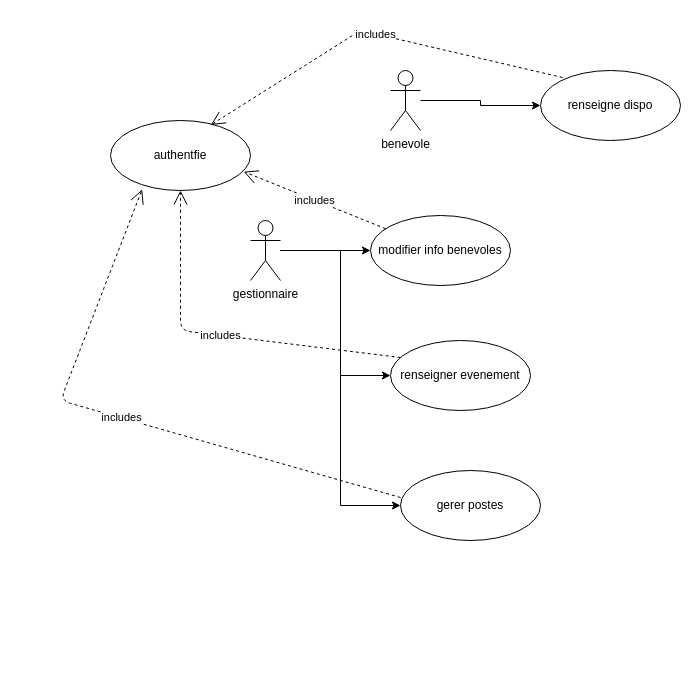
Before: documentation/Untitled Diagram.drawio in EvanEb/projet3, a draw.io diagram. Source tidied: cells renumbered, new cells numbered last; positions are measured from the earlier drawing's top-left corner, leaving out a move shared by most shapes. Both pictures are drawn from the tidied source at 100%, with x=0, y=0 at pixel (60, 30).
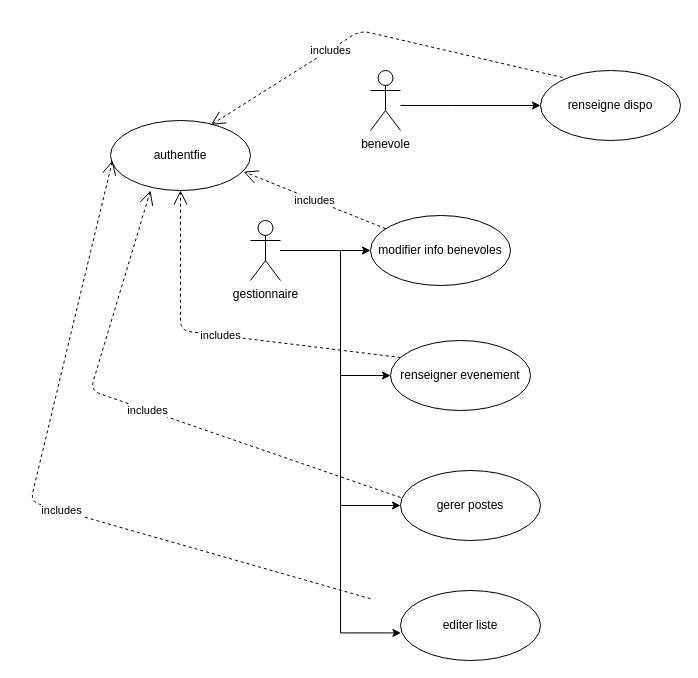
Above is the later version.

Unchanged cells that the change refers to:
```xml
<mxCell id="4" value="renseigne dispo" style="ellipse;whiteSpace=wrap;html=1;" parent="1" vertex="1">
  <mxGeometry x="480" y="40" width="140" height="70" as="geometry" />
</mxCell>
<mxCell id="9" value="gestionnaire&lt;br&gt;" style="shape=umlActor;verticalLabelPosition=bottom;verticalAlign=top;html=1;outlineConnect=0;" parent="1" vertex="1">
  <mxGeometry x="190" y="190" width="30" height="60" as="geometry" />
</mxCell>
<mxCell id="12" value="authentfie" style="ellipse;whiteSpace=wrap;html=1;" parent="1" vertex="1">
  <mxGeometry x="50" y="90" width="140" height="70" as="geometry" />
</mxCell>
```

Change to the diagram source:
```diff
@@
     <mxCell id="2" style="edgeStyle=orthogonalEdgeStyle;rounded=0;jettySize=auto;html=1;entryX=0;entryY=0.5;entryDx=0;entryDy=0;" parent="1" edge="1" source="3" target="4">
-      <mxGeometry relative="1" as="geometry" />
+      <mxGeometry relative="1" as="geometry">
+        <Array as="points">
+          <mxPoint x="390" y="75" />
+          <mxPoint x="390" y="75" />
+        </Array>
+      </mxGeometry>
     </mxCell>
     <mxCell id="3" value="benevole" style="shape=umlActor;verticalLabelPosition=bottom;verticalAlign=top;html=1;" parent="1" vertex="1">
-      <mxGeometry x="330" y="40" width="30" height="60" as="geometry" />
+      <mxGeometry x="310" y="40" width="30" height="60" as="geometry" />
     </mxCell>
@@
+    <mxCell id="17" style="edgeStyle=orthogonalEdgeStyle;rounded=0;jettySize=auto;html=1;entryX=0.003;entryY=0.606;entryDx=0;entryDy=0;entryPerimeter=0;" parent="1" edge="1" source="9" target="18">
+      <mxGeometry relative="1" as="geometry" />
+    </mxCell>
@@
     <mxCell id="15" value="includes" style="endArrow=open;endSize=12;dashed=1;html=1;entryX=0.717;entryY=0.063;entryDx=0;entryDy=0;entryPerimeter=0;" parent="1" edge="1" target="12">
-      <mxGeometry relative="1" as="geometry">
+      <mxGeometry x="0.27" y="1" relative="1" as="geometry">
         <mxPoint x="502.1" y="47" as="sourcePoint" />
         <Array as="points">
           <mxPoint x="300" />
         </Array>
       </mxGeometry>
     </mxCell>
-    <mxCell id="16" value="includes" style="endArrow=open;endSize=12;dashed=1;html=1;entryX=0.226;entryY=0.983;entryDx=0;entryDy=0;entryPerimeter=0;" parent="1" edge="1" target="12">
+    <mxCell id="16" value="includes" style="endArrow=open;endSize=12;dashed=1;html=1;" parent="1" edge="1">
       <mxGeometry relative="1" as="geometry">
         <mxPoint x="340" y="467" as="sourcePoint" />
+        <mxPoint x="90" y="160" as="targetPoint" />
         <Array as="points">
-          <mxPoint y="370" />
+          <mxPoint x="30" y="360" />
         </Array>
       </mxGeometry>
     </mxCell>
+    <mxCell id="18" value="editer liste&lt;br&gt;" style="ellipse;whiteSpace=wrap;html=1;" parent="1" vertex="1">
+      <mxGeometry x="340" y="560" width="140" height="70" as="geometry" />
+    </mxCell>
+    <mxCell id="19" value="includes" style="endArrow=open;endSize=12;dashed=1;html=1;" parent="1" edge="1">
+      <mxGeometry x="-0.09" relative="1" as="geometry">
+        <mxPoint x="310" y="568.2" as="sourcePoint" />
+        <mxPoint x="52" y="130" as="targetPoint" />
+        <Array as="points">
+          <mxPoint x="-30" y="471.2" />
+        </Array>
+      </mxGeometry>
+    </mxCell>
```
